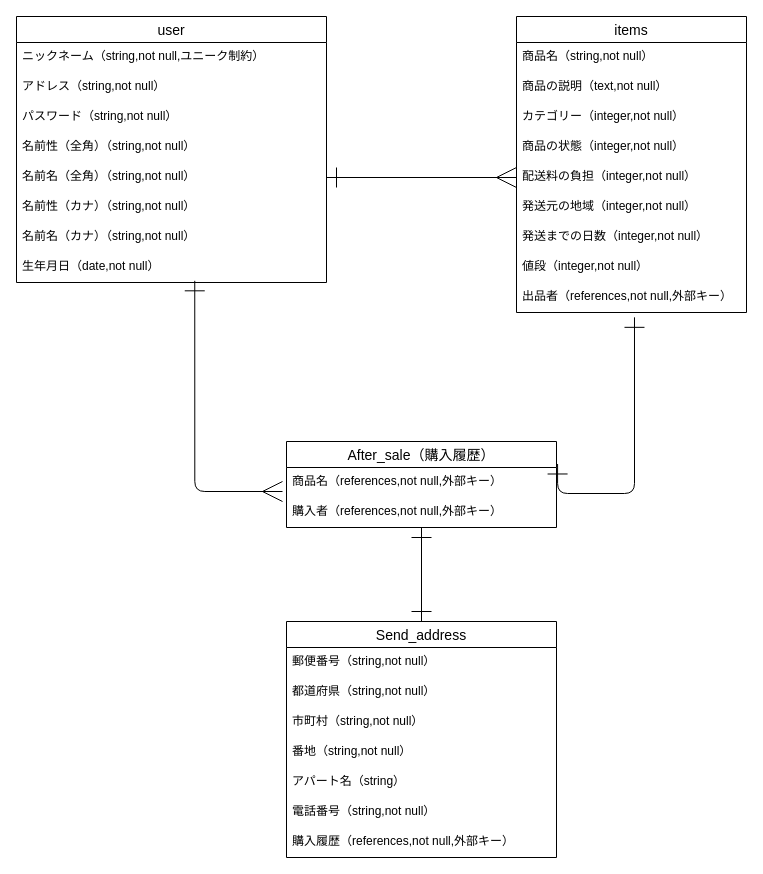
The draw.io diagram date.dio in naomi0427/furima-38707, before the edit. Source tidied: cells renumbered, new cells numbered last; positions are measured from the earlier drawing's top-left corner, leaving out a move shared by most shapes. Both pictures are drawn from the tidied source at 100%, with x=0, y=0 at pixel (16, 16).
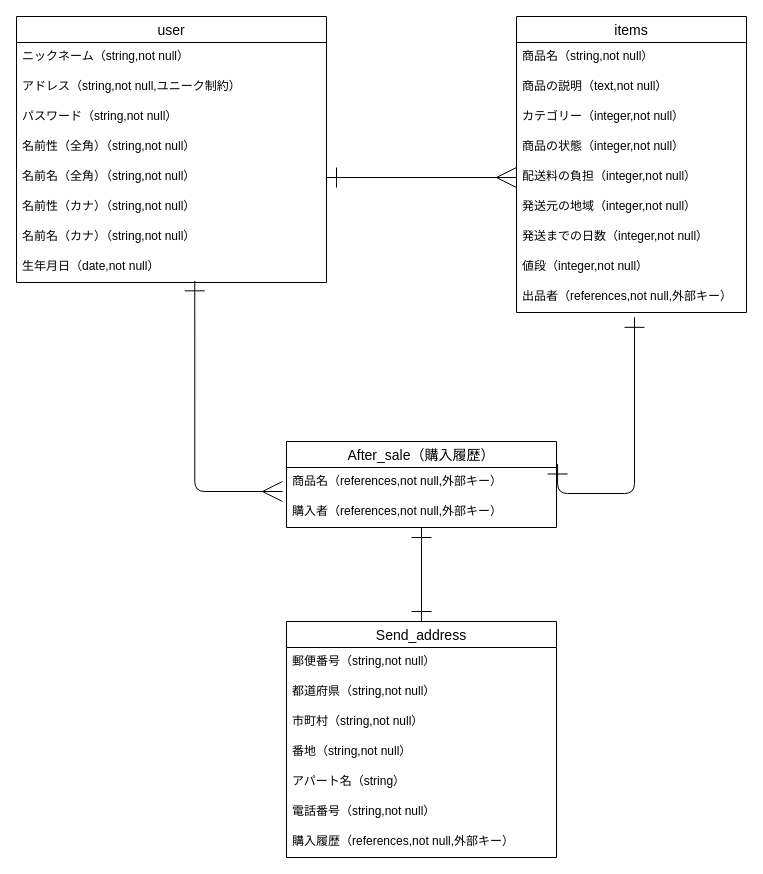
Above is the later version.

Commit message (it also covers changes not shown here):
ER図・README作成の修正2

Unchanged cells that the change refers to:
```xml
<mxCell id="2" value="user" style="swimlane;fontStyle=0;horizontal=1;startSize=26;align=center;fontSize=14;" parent="1" vertex="1">
  <mxGeometry width="310" height="266" as="geometry" />
</mxCell>
```

Change to the diagram source:
```diff
@@
-    <mxCell id="3" value="ニックネーム（string,not null,ユニーク制約）" style="text;strokeColor=none;fillColor=none;spacingLeft=4;spacingRight=4;overflow=hidden;fontSize=12;" parent="2" vertex="1">
+    <mxCell id="3" value="ニックネーム（string,not null）" style="text;strokeColor=none;fillColor=none;spacingLeft=4;spacingRight=4;overflow=hidden;fontSize=12;" parent="2" vertex="1">
       <mxGeometry y="26" width="310" height="30" as="geometry" />
     </mxCell>
-    <mxCell id="4" value="アドレス（string,not null）" style="text;strokeColor=none;fillColor=none;spacingLeft=4;spacingRight=4;overflow=hidden;fontSize=12;" parent="2" vertex="1">
+    <mxCell id="4" value="アドレス（string,not null,ユニーク制約）" style="text;strokeColor=none;fillColor=none;spacingLeft=4;spacingRight=4;overflow=hidden;fontSize=12;" parent="2" vertex="1">
       <mxGeometry y="56" width="310" height="30" as="geometry" />
     </mxCell>
```
